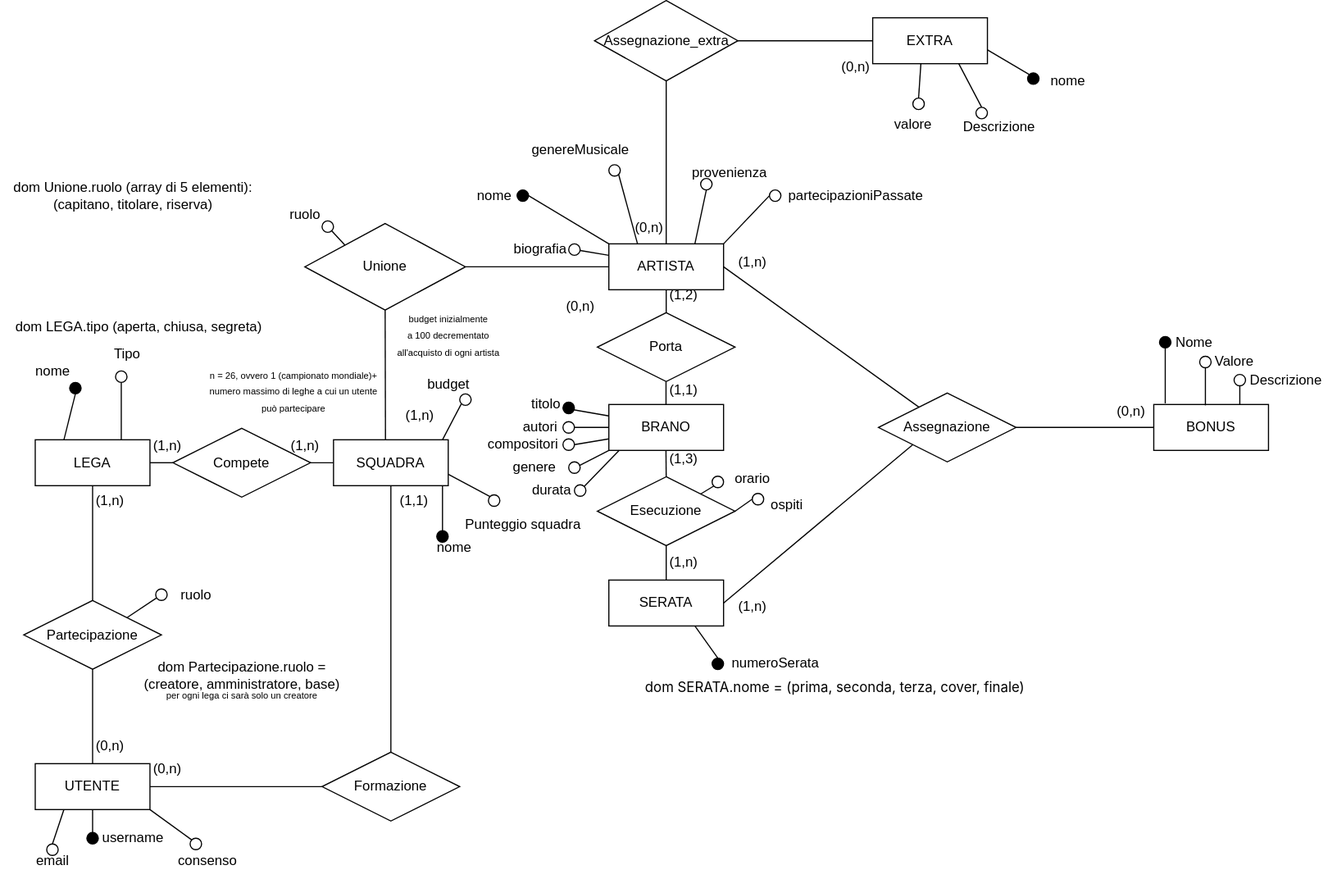
The draw.io diagram ERPrimaConsegnaV2_0.drawio.svg in Gabriele-traversa/basati_datati_storati, before a commit. Source tidied: cells renumbered, new cells last; positions are measured from the earlier drawing's top-left corner, leaving out a move shared by most shapes.
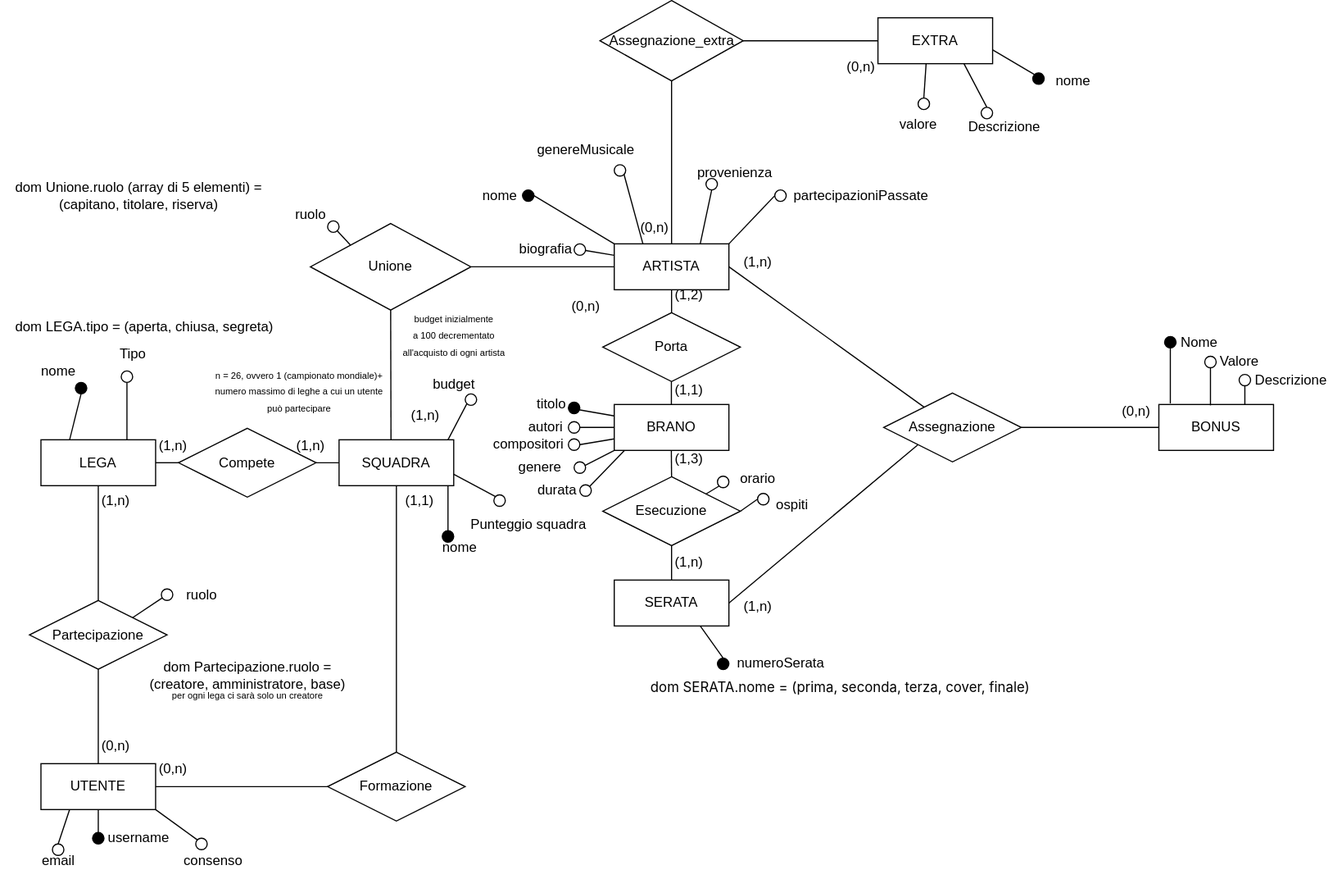
After the commit.

Change to the diagram source:
```diff
@@ -143,8 +143,8 @@
     <mxCell id="45" value="ruolo" style="text;html=1;align=center;verticalAlign=middle;strokeColor=none;fillColor=none;" parent="1" vertex="1">
       <mxGeometry x="240" y="172" width="50" height="30" as="geometry" />
     </mxCell>
-    <mxCell id="46" value="dom Unione.ruolo (array di 5 elementi):&amp;nbsp;&lt;br&gt;&lt;span style=&quot;background-color: transparent;&quot;&gt;(capitano, titolare, riserva)&lt;/span&gt;" style="text;html=1;align=center;verticalAlign=middle;strokeColor=none;fillColor=none;" parent="1" vertex="1">
-      <mxGeometry y="150" width="230" height="40" as="geometry" />
+    <mxCell id="46" value="dom Unione.ruolo (array di 5 elementi) =&amp;nbsp;&lt;br&gt;&lt;span style=&quot;background-color: transparent;&quot;&gt;&lt;font style=&quot;color: rgb(0, 0, 0);&quot;&gt;(capitano, titolare, riserva)&lt;/font&gt;&lt;/span&gt;" style="text;html=1;align=center;verticalAlign=middle;strokeColor=none;fillColor=none;" parent="1" vertex="1">
+      <mxGeometry x="-5" y="150" width="240" height="40" as="geometry" />
     </mxCell>
     <mxCell id="47" value="(1,n)" style="text;html=1;align=center;verticalAlign=middle;strokeColor=none;fillColor=none;" parent="1" vertex="1">
       <mxGeometry x="240" y="372.8" width="50" height="30" as="geometry" />
@@ -246,8 +246,8 @@
     <mxCell id="78" value="Tipo" style="text;html=1;align=center;verticalAlign=middle;strokeColor=none;fillColor=none;" parent="1" vertex="1">
       <mxGeometry x="85" y="292.8" width="50" height="30" as="geometry" />
     </mxCell>
-    <mxCell id="79" value="dom LEGA.tipo (aperta, chiusa, segreta)" style="text;html=1;align=center;verticalAlign=middle;strokeColor=none;fillColor=none;" parent="1" vertex="1">
-      <mxGeometry y="269.8" width="240" height="30" as="geometry" />
+    <mxCell id="79" value="dom LEGA.tipo = (aperta, chiusa, segreta)" style="text;html=1;align=center;verticalAlign=middle;strokeColor=none;fillColor=none;" parent="1" vertex="1">
+      <mxGeometry x="-5" y="269.8" width="250" height="30" as="geometry" />
     </mxCell>
     <mxCell id="80" style="edgeStyle=none;html=1;exitX=0;exitY=0.5;exitDx=0;exitDy=0;endArrow=none;endFill=0;entryX=1;entryY=0.5;entryDx=0;entryDy=0;" parent="1" edge="1" source="81" target="4">
       <mxGeometry relative="1" as="geometry" />
```
